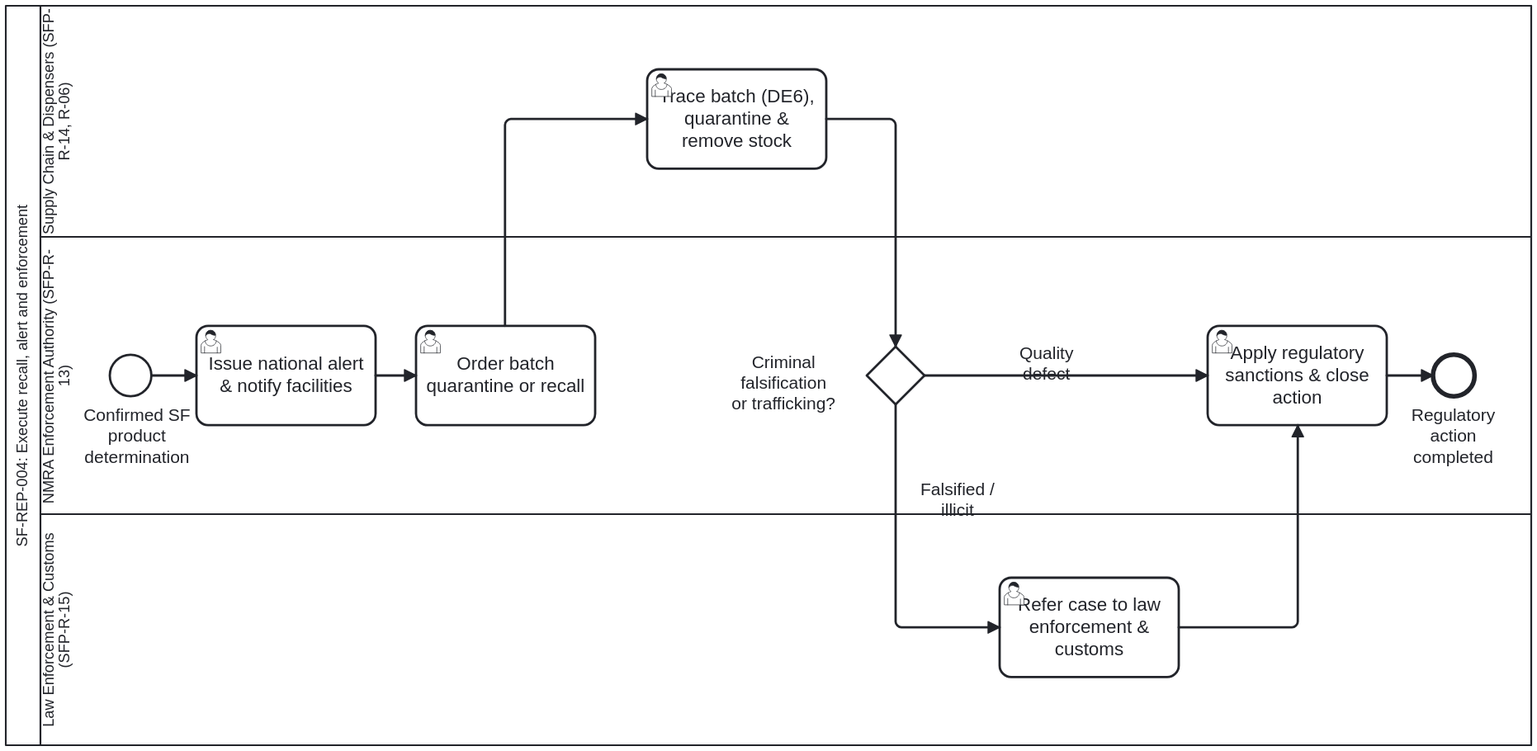
Above: folio/dth-sfp/media/SF-REP-004.svg in litlfred/dth-sfp (BPMN), before the change. Its source is kept beside it as processes/SF-REP-004.bpmn. Ids are renumbered.
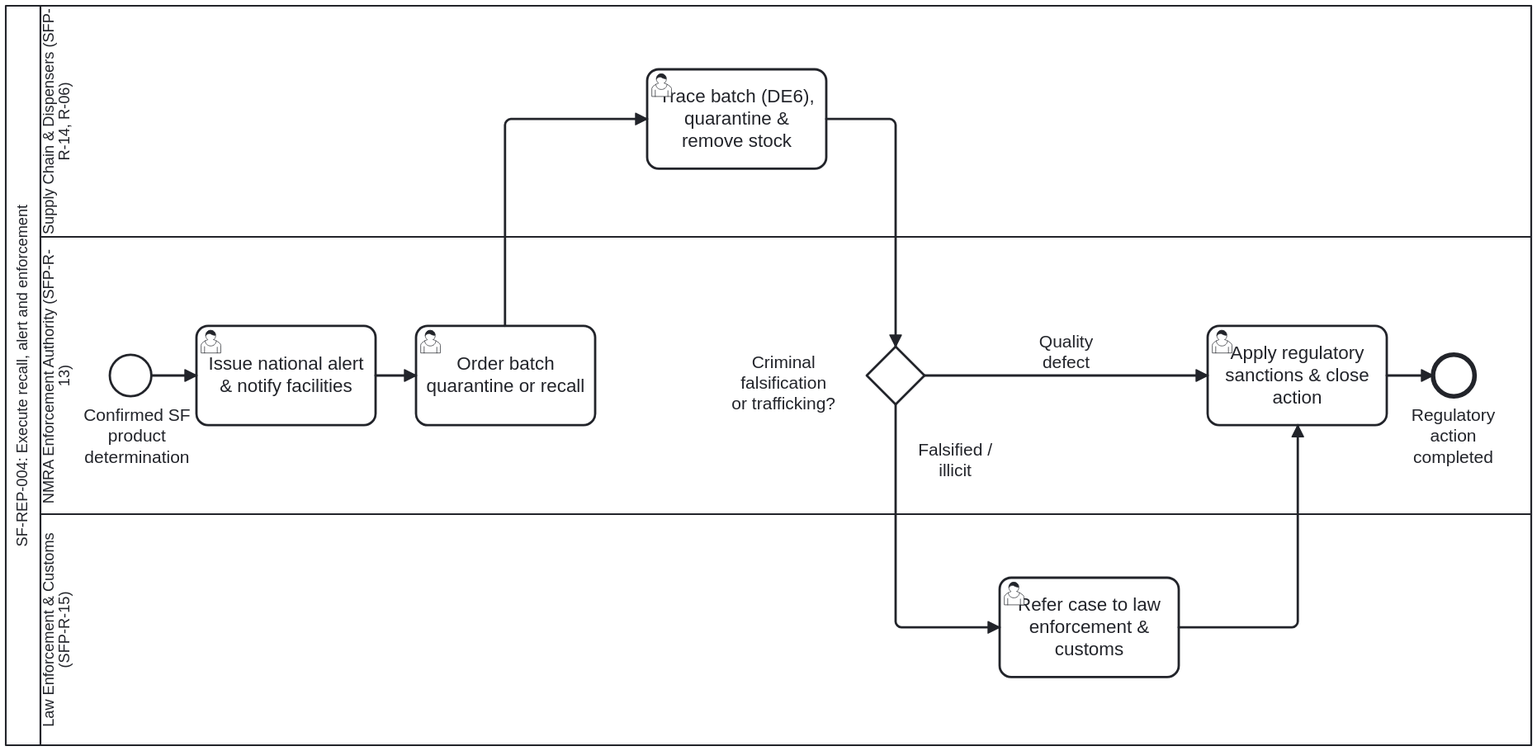
After the change.

What changed in the source:
```diff
@@ -186,17 +186,13 @@
       <bpmndi:BPMNEdge id="Edge_Flow_405_No" bpmnElement="Flow_405_No">
         <di:waypoint x="815" y="380"/>
         <di:waypoint x="1060" y="380"/>
-        <bpmndi:BPMNLabel>
-          <dc:Bounds x="875" y="352" width="90" height="20"/>
-        </bpmndi:BPMNLabel>
+        <bpmndi:BPMNLabel><dc:Bounds x="892.5" y="342" width="90" height="35" /></bpmndi:BPMNLabel>
       </bpmndi:BPMNEdge>
       <bpmndi:BPMNEdge id="Edge_Flow_405_Yes" bpmnElement="Flow_405_Yes">
         <di:waypoint x="790" y="405"/>
         <di:waypoint x="790" y="598"/>
         <di:waypoint x="880" y="598"/>
-        <bpmndi:BPMNLabel>
-          <dc:Bounds x="796" y="470" width="95" height="22"/>
-        </bpmndi:BPMNLabel>
+        <bpmndi:BPMNLabel><dc:Bounds x="794" y="435.75" width="95" height="35" /></bpmndi:BPMNLabel>
       </bpmndi:BPMNEdge>
       <bpmndi:BPMNEdge id="Edge_Flow_406" bpmnElement="Flow_406">
         <di:waypoint x="1035" y="598"/>
```
